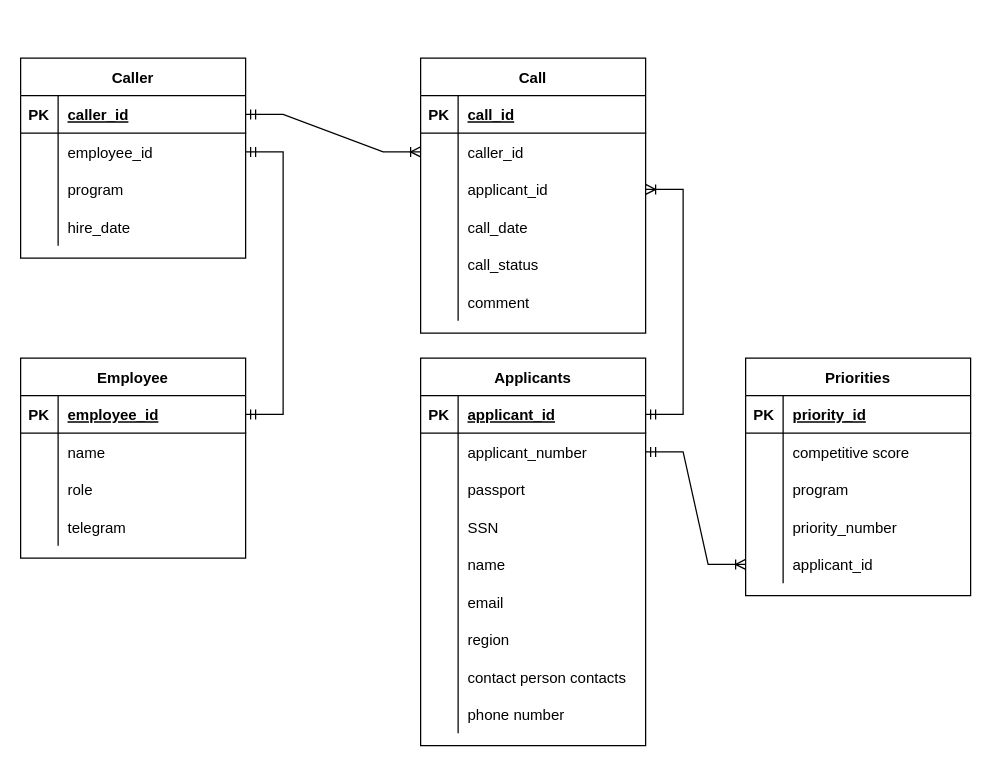
Before: Схема БД.drawio in DmitriyShalashov/Diagrams, a draw.io diagram. Source tidied: cells renumbered, new cells numbered last; positions are measured from the earlier drawing's top-left corner, leaving out a move shared by most shapes. Both pictures are drawn from the tidied source at 125%, with x=0, y=0 at pixel (20, 58).
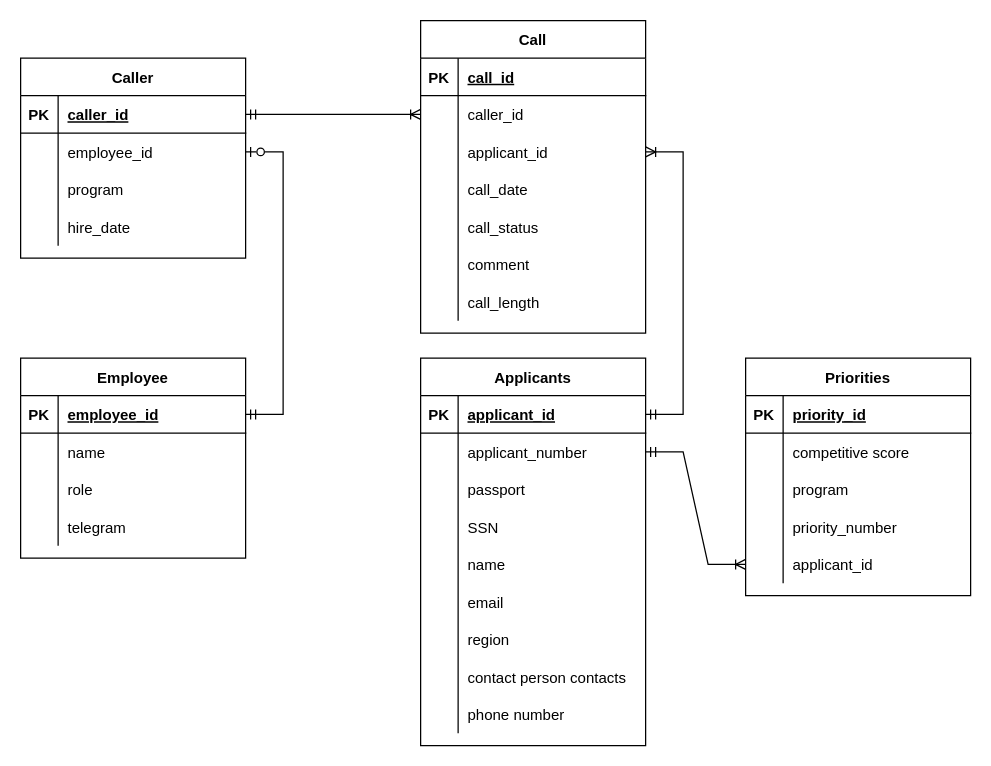
The same page after the edit.

The change refers to these unchanged cells:
```xml
<mxCell id="6" style="shape=tableRow;horizontal=0;startSize=0;swimlaneHead=0;swimlaneBody=0;fillColor=none;points=[[0,0.5],[1,0.5]];portConstraint=eastwest;top=0;left=0;right=0;bottom=0;" parent="2" vertex="1">
  <mxGeometry y="60" width="180" height="30" as="geometry" />
</mxCell>
<mxCell id="35" style="shape=tableRow;horizontal=0;startSize=0;swimlaneHead=0;swimlaneBody=0;fillColor=none;points=[[0,0.5],[1,0.5]];portConstraint=eastwest;top=0;left=0;right=0;bottom=1;" parent="34" vertex="1">
  <mxGeometry y="30" width="180" height="30" as="geometry" />
</mxCell>
```

Diff of the diagram source:
```diff
@@
     <mxCell id="15" value="Call" style="shape=table;startSize=30;childLayout=tableLayout;rowLines=0;fontStyle=1;align=center;" parent="1" vertex="1">
-      <mxGeometry x="320" width="180" height="220" as="geometry" />
+      <mxGeometry x="320" y="-30" width="180" height="250" as="geometry" />
     </mxCell>
@@
+    <mxCell id="95" style="shape=tableRow;horizontal=0;startSize=0;swimlaneHead=0;swimlaneBody=0;fillColor=none;top=0;left=0;right=0;bottom=0;" parent="15" vertex="1">
+      <mxGeometry y="210" width="180" height="30" as="geometry" />
+    </mxCell>
+    <mxCell id="96" style="shape=partialRectangle;fillColor=none;top=0;left=0;bottom=0;right=0;overflow=hidden;" parent="95" vertex="1">
+      <mxGeometry width="30" height="30" as="geometry" />
+    </mxCell>
+    <mxCell id="97" value="call_length" style="shape=partialRectangle;fillColor=none;top=0;left=0;bottom=0;right=0;align=left;spacingLeft=6;overflow=hidden;" parent="95" vertex="1">
+      <mxGeometry x="30" width="150" height="30" as="geometry" />
+    </mxCell>
@@
-    <mxCell id="94" style="edgeStyle=entityRelationEdgeStyle;fontSize=12;html=1;endArrow=ERmandOne;rounded=0;startArrow=ERmandOne;startFill=0;exitX=1;exitY=0.5;exitDx=0;exitDy=0;entryX=1;entryY=0.5;entryDx=0;entryDy=0;endFill=0;" parent="1" edge="1" source="6" target="35">
+    <mxCell id="94" style="edgeStyle=entityRelationEdgeStyle;fontSize=12;html=1;endArrow=ERmandOne;rounded=0;startArrow=ERzeroToOne;startFill=0;exitX=1;exitY=0.5;exitDx=0;exitDy=0;entryX=1;entryY=0.5;entryDx=0;entryDy=0;endFill=0;" parent="1" edge="1" source="6" target="35">
       <mxGeometry relative="1" as="geometry" />
     </mxCell>
```
